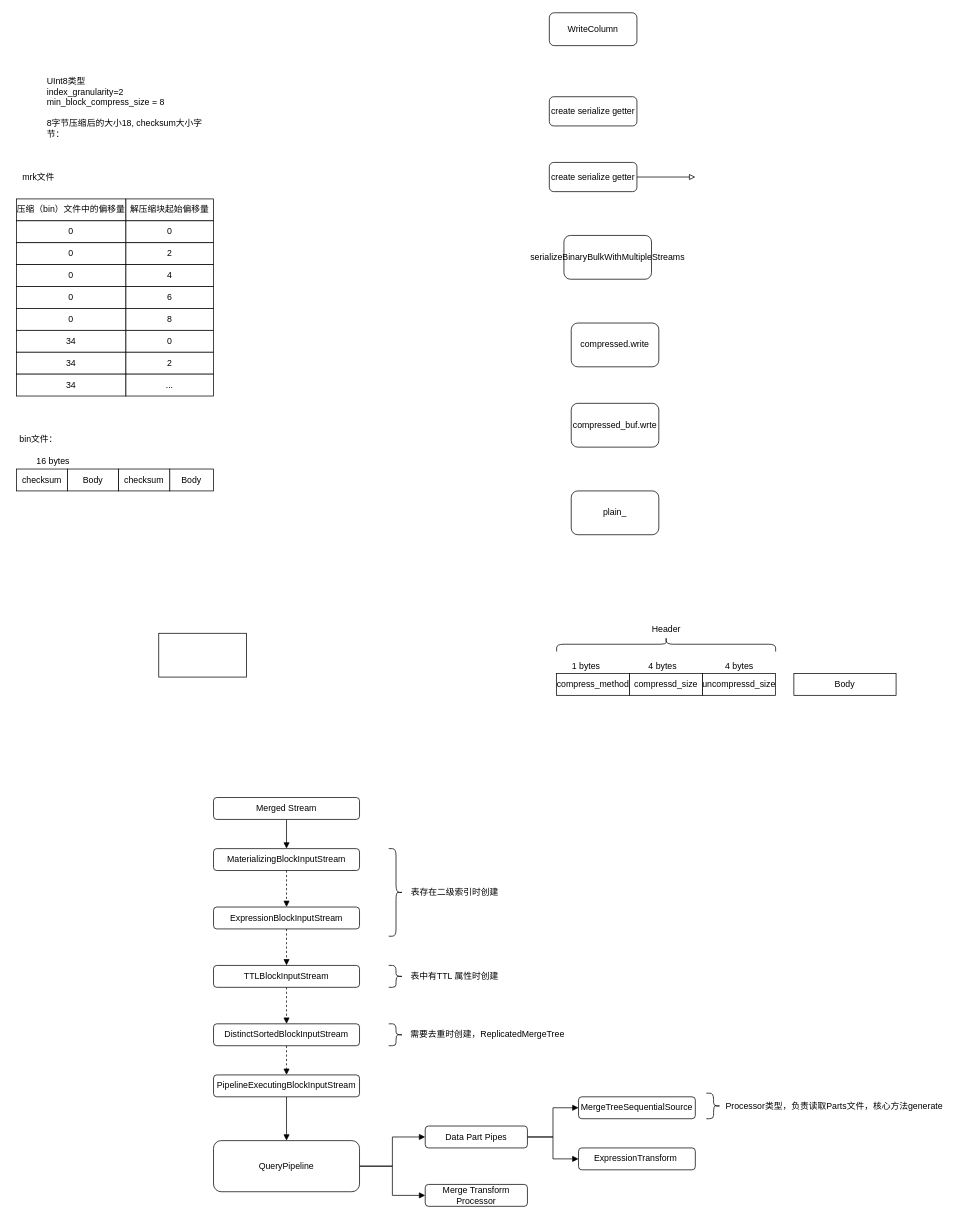
This is page "流程图" (6 of 8) of clickhouse/clickhosue-storage 模块.drawio from cicelprg/drawio, a draw.io file, before an edit. Source tidied: cells renumbered, new cells numbered last; positions are measured from the earlier drawing's top-left corner, leaving out a move shared by most shapes. Both pictures are drawn from the tidied source at 73%, with x=0, y=0 at pixel (12, 12).
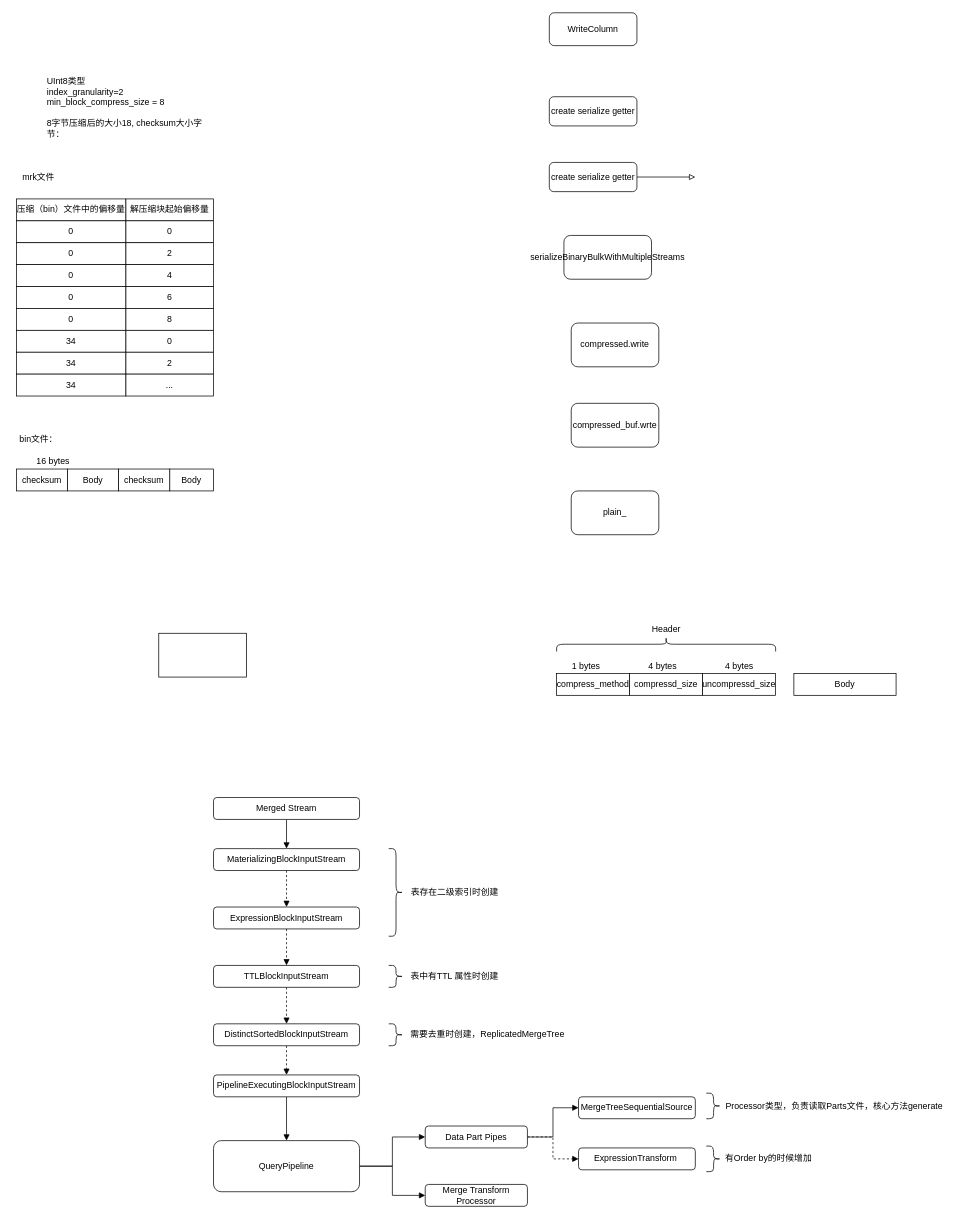
The same diagram, later.

Unchanged cells that the change refers to:
```xml
<mxCell id="67" value="Data Part Pipes" style="rounded=1;whiteSpace=wrap;html=1;" parent="1" vertex="1">
  <mxGeometry x="565" y="1525" width="140" height="30" as="geometry" />
</mxCell>
<mxCell id="70" value="ExpressionTransform&amp;nbsp;" style="rounded=1;whiteSpace=wrap;html=1;" parent="1" vertex="1">
  <mxGeometry x="775" y="1555" width="160" height="30" as="geometry" />
</mxCell>
```

The edit, as a diff of the source:
```diff
@@
-    <mxCell id="66" style="edgeStyle=orthogonalEdgeStyle;rounded=0;jettySize=auto;html=1;exitX=1;exitY=0.5;exitDx=0;exitDy=0;entryX=0;entryY=0.5;entryDx=0;entryDy=0;endArrow=block;endFill=1;" parent="1" edge="1" source="67" target="70">
+    <mxCell id="66" style="edgeStyle=orthogonalEdgeStyle;rounded=0;jettySize=auto;html=1;exitX=1;exitY=0.5;exitDx=0;exitDy=0;entryX=0;entryY=0.5;entryDx=0;entryDy=0;endArrow=block;endFill=1;dashed=1;" parent="1" edge="1" source="67" target="70">
       <mxGeometry relative="1" as="geometry" />
     </mxCell>
@@
+    <mxCell id="75" style="shape=curlyBracket;whiteSpace=wrap;html=1;rounded=1;flipH=1;" parent="1" vertex="1">
+      <mxGeometry x="950" y="1552.5" width="20" height="35" as="geometry" />
+    </mxCell>
+    <mxCell id="76" value="有Order by的时候增加" style="text;html=1;align=center;verticalAlign=middle;strokeColor=none;fillColor=none;" parent="1" vertex="1">
+      <mxGeometry x="970" y="1560" width="130" height="20" as="geometry" />
+    </mxCell>
```
